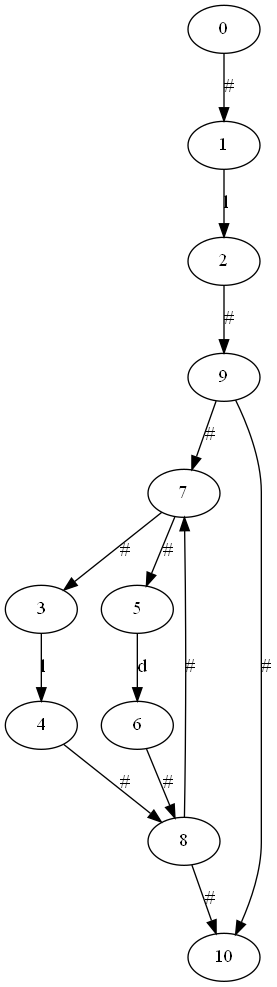
FanqingM/Compilation-principle keeps this Graphviz diagram as NFA.gv.png. Above is the earlier version. Its source is kept beside it as NFA.gv.
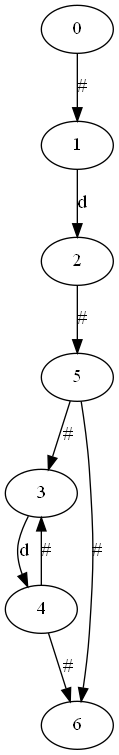
After the change.

The edit, as a diff of the source:
```diff
@@ -1,15 +1,10 @@
 digraph G {
-	7 -> 3 [label="#"]
-	8 -> 7 [label="#"]
-	6 -> 8 [label="#"]
-	5 -> 6 [label=d]
-	8 -> 10 [label="#"]
+	2 -> 5 [label="#"]
+	1 -> 2 [label=d]
+	3 -> 4 [label=d]
+	4 -> 3 [label="#"]
+	4 -> 6 [label="#"]
+	5 -> 3 [label="#"]
 	0 -> 1 [label="#"]
-	3 -> 4 [label=l]
-	4 -> 8 [label="#"]
-	7 -> 5 [label="#"]
-	9 -> 10 [label="#"]
-	2 -> 9 [label="#"]
-	9 -> 7 [label="#"]
-	1 -> 2 [label=l]
+	5 -> 6 [label="#"]
 }
```
